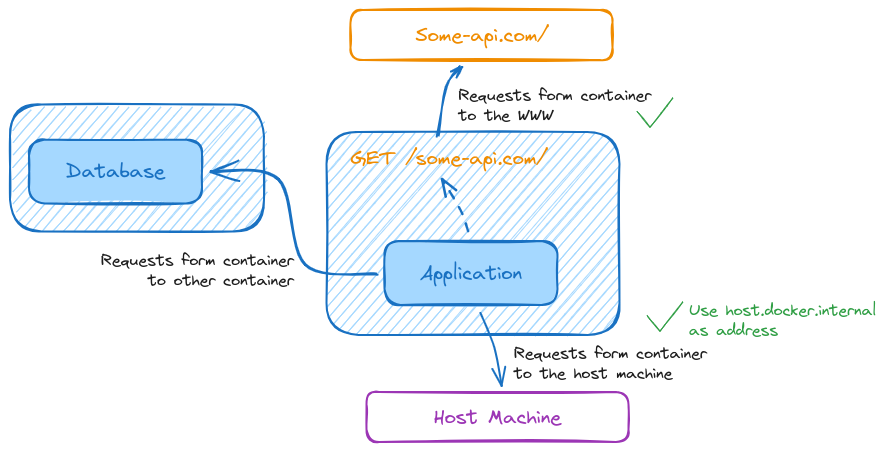
The Excalidraw diagram networking/docs/neworks.excalidraw.png in ThomasCode92/docker-k8s-practical-guide, before a commit. Source tidied: one line per element, renumbered; positions are measured from the earlier drawing's top-left corner, leaving out a move shared by most shapes.
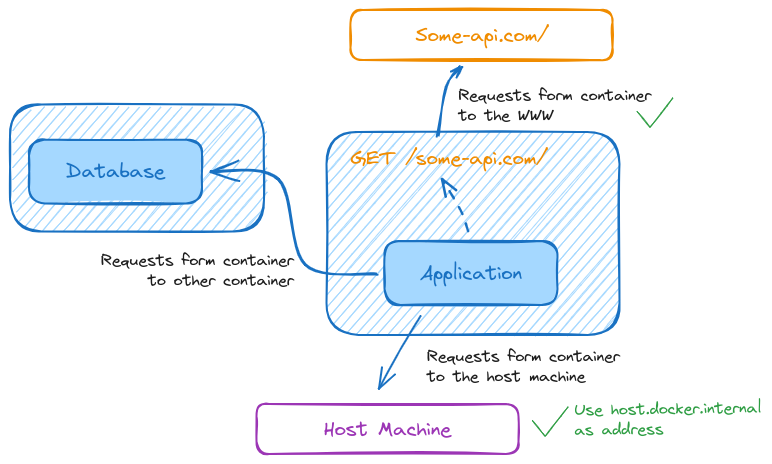
The same diagram one commit later.

Commit message:
Making Container to Host Communication Work

Diff of the diagram source:
```diff
@@ -7,15 +7,15 @@
 {"id": 6, "type": "text", "text": "Some-api.com/", "strokeColor": "#f08c00", "strokeWidth": 2, "roughness": 1, "fontSize": 20, "fontFamily": 1, "textAlign": "center", "verticalAlign": "middle", "inside": 5, "x": 406, "y": 12, "width": 132, "height": 25}
 {"id": 7, "type": "arrow", "strokeColor": "#1971c2", "strokeWidth": 2, "roughness": 1, "endArrowhead": "arrow", "round": true, "from": 3, "to": 5, "x": 427, "y": 127, "width": 24, "height": 70, "points": [[0, 0], [10, -50], [24, -70]]}
 {"id": 8, "type": "text", "text": "Requests form container\nto the WWW", "strokeColor": "#1e1e1e", "strokeWidth": 2, "strokeStyle": "dashed", "roughness": 0, "fontSize": 16, "fontFamily": 1, "x": 448, "y": 76, "width": 193, "height": 40}
-{"id": 9, "type": "rectangle", "strokeColor": "#9c36b5", "strokeWidth": 2, "roughness": 1, "round": true, "x": 356, "y": 382, "width": 262, "height": 50}
+{"id": 9, "type": "rectangle", "strokeColor": "#9c36b5", "strokeWidth": 2, "roughness": 1, "round": true, "x": 246, "y": 394, "width": 262, "height": 50}
-{"id": 10, "type": "text", "text": "Host Machine", "strokeColor": "#9c36b5", "strokeWidth": 2, "roughness": 1, "fontSize": 20, "fontFamily": 1, "textAlign": "center", "verticalAlign": "middle", "inside": 9, "x": 424, "y": 394, "width": 127, "height": 25}
+{"id": 10, "type": "text", "text": "Host Machine", "strokeColor": "#9c36b5", "strokeWidth": 2, "roughness": 1, "fontSize": 20, "fontFamily": 1, "textAlign": "center", "verticalAlign": "middle", "inside": 9, "x": 314, "y": 406, "width": 127, "height": 25}
-{"id": 11, "type": "arrow", "strokeColor": "#1971c2", "backgroundColor": "#a5d8ff", "fillStyle": "hachure", "strokeWidth": 2, "roughness": 0, "endArrowhead": "arrow", "round": true, "from": 1, "to": 12, "x": 471, "y": 303, "width": 21, "height": 73, "points": [[0, 0], [14, 35], [21, 73]]}
+{"id": 11, "type": "arrow", "strokeColor": "#1971c2", "backgroundColor": "#a5d8ff", "fillStyle": "hachure", "strokeWidth": 2, "roughness": 0, "endArrowhead": "arrow", "round": true, "from": 1, "to": 9, "x": 411, "y": 306, "width": 42, "height": 73, "points": [[0, 0], [-21, 35], [-42, 73]]}
-{"id": 12, "type": "text", "text": "Requests form container\nto the host machine", "strokeColor": "#1e1e1e", "strokeWidth": 2, "strokeStyle": "dashed", "roughness": 0, "fontSize": 16, "fontFamily": 1, "x": 504, "y": 334, "width": 193, "height": 40}
+{"id": 12, "type": "text", "text": "Requests form container\nto the host machine", "strokeColor": "#1e1e1e", "strokeWidth": 2, "strokeStyle": "dashed", "roughness": 0, "fontSize": 16, "fontFamily": 1, "x": 417, "y": 337, "width": 193, "height": 40}
 {"id": 13, "type": "rectangle", "strokeColor": "#1971c2", "backgroundColor": "#a5d8ff", "fillStyle": "hachure", "strokeWidth": 2, "roughness": 1, "round": true, "x": 0, "y": 94, "width": 254, "height": 127}
 {"id": 14, "type": "rectangle", "strokeColor": "#1971c2", "backgroundColor": "#a5d8ff", "fillStyle": "solid", "strokeWidth": 2, "roughness": 1, "round": true, "x": 19, "y": 130, "width": 173, "height": 64}
 {"id": 15, "type": "text", "text": "Database", "strokeColor": "#1971c2", "strokeWidth": 2, "roughness": 1, "fontSize": 20, "fontFamily": 1, "textAlign": "center", "verticalAlign": "middle", "inside": 14, "x": 56, "y": 149, "width": 99, "height": 25}
 {"id": 16, "type": "arrow", "strokeColor": "#1971c2", "backgroundColor": "#a5d8ff", "fillStyle": "hachure", "strokeWidth": 2, "roughness": 1, "endArrowhead": "arrow", "round": true, "from": 1, "to": 14, "x": 368, "y": 265, "width": 166, "height": 104, "points": [[0, 0], [-73, -10], [-98, -95], [-166, -104]]}
 {"id": 17, "type": "text", "text": "Requests form container\nto other container", "strokeColor": "#1e1e1e", "strokeWidth": 2, "strokeStyle": "dashed", "roughness": 0, "fontSize": 16, "fontFamily": 1, "textAlign": "right", "x": 91, "y": 241, "width": 193, "height": 40}
-{"id": 18, "type": "line", "strokeColor": "#2f9e44", "strokeWidth": 1, "roughness": 1, "x": 637, "y": 305, "width": 36, "height": 30, "points": [[0, 0], [13, 16], [36, -14]]}
 {"id": 19, "type": "line", "strokeColor": "#2f9e44", "strokeWidth": 1, "roughness": 1, "x": 627, "y": 101, "width": 36, "height": 30, "points": [[0, 0], [13, 16], [36, -14]]}
+{"id": 21, "type": "line", "strokeColor": "#2f9e44", "strokeWidth": 1, "roughness": 1, "x": 522, "y": 410, "width": 36, "height": 30, "points": [[0, 0], [13, 16], [36, -14]]}
-{"id": 20, "type": "text", "text": "Use host.docker.internal\nas address", "strokeColor": "#2f9e44", "strokeWidth": 2, "roughness": 1, "fontSize": 16, "fontFamily": 1, "x": 679, "y": 290, "width": 188, "height": 40}
+{"id": 20, "type": "text", "text": "Use host.docker.internal\nas address", "strokeColor": "#2f9e44", "angle": 6.27, "strokeWidth": 2, "roughness": 1, "fontSize": 16, "fontFamily": 1, "x": 564, "y": 390, "width": 188, "height": 40}
```
